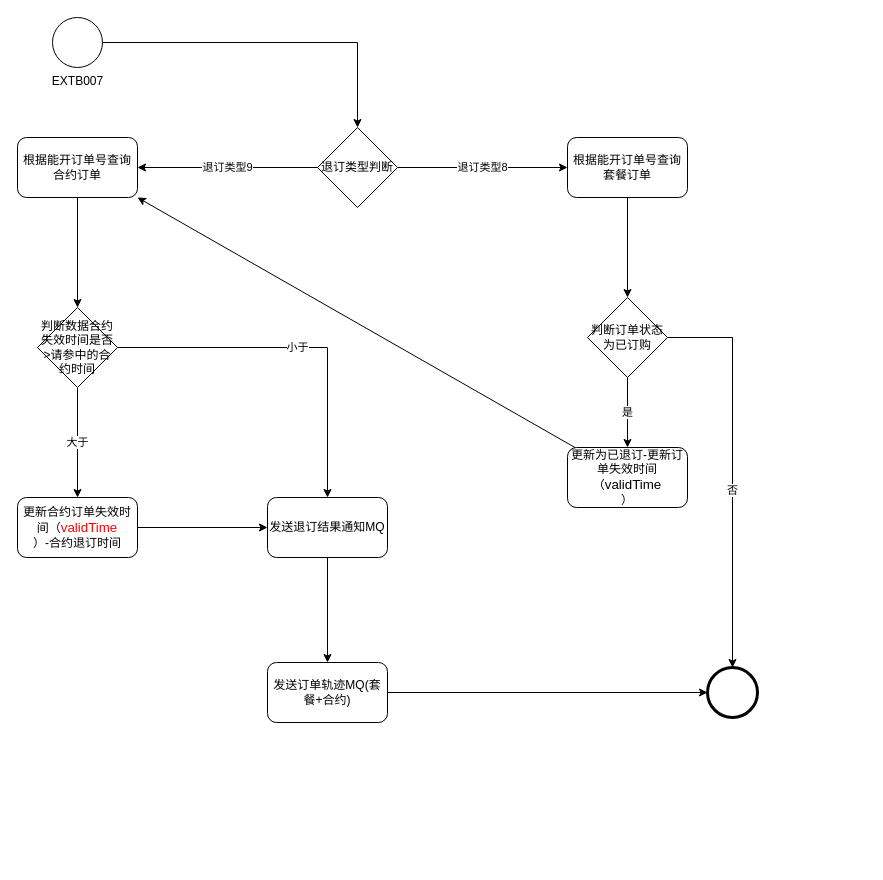
Before: Untitled  套餐+权益退订.drawio in moshan123/draw, a draw.io diagram. Source tidied: cells renumbered, new cells numbered last; positions are measured from the earlier drawing's top-left corner, leaving out a move shared by most shapes. Both pictures are drawn from the tidied source at 100%, with x=0, y=0 at pixel (17, 17).
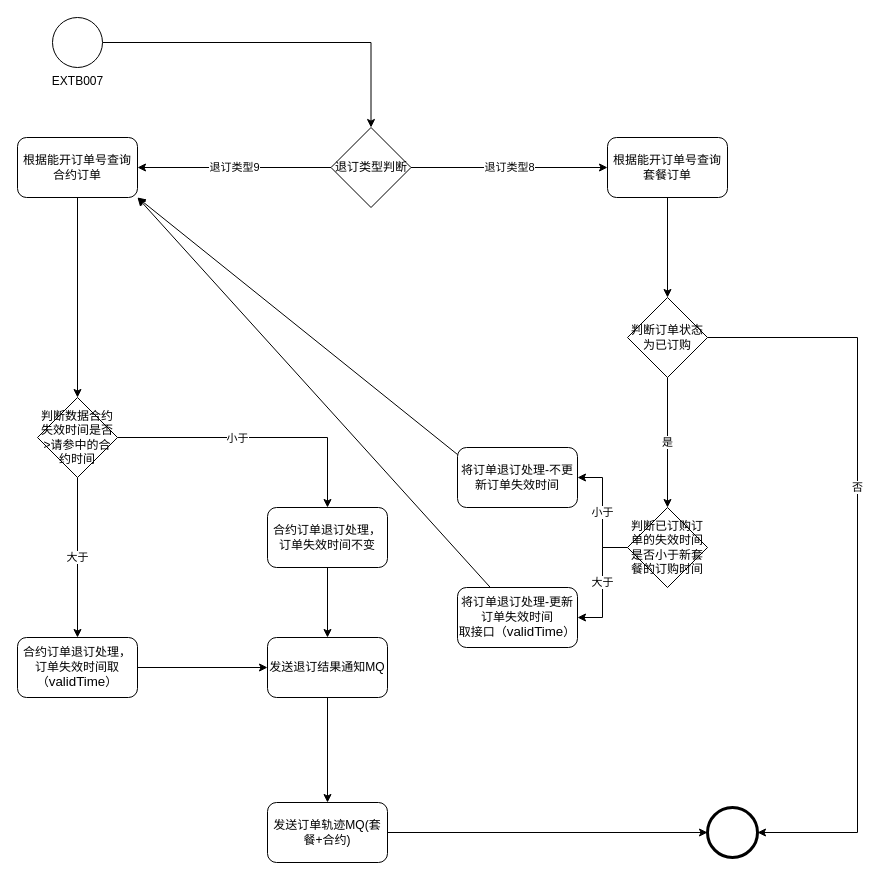
Above is the later version.

Commit message:
Update Untitled  套餐+权益退订.drawio

Unchanged cells that the change refers to:
```xml
<mxCell id="9" value="根据能开订单号查询合约订单" style="rounded=1;whiteSpace=wrap;html=1;" parent="1" vertex="1">
  <mxGeometry y="120" width="120" height="60" as="geometry" />
</mxCell>
```

Diff of the diagram source:
```diff
@@
     <mxCell id="4" style="shape=mxgraph.bpmn.shape;html=1;verticalLabelPosition=bottom;labelBackgroundColor=#ffffff;verticalAlign=top;align=center;perimeter=ellipsePerimeter;outlineConnect=0;outline=end;symbol=general;" parent="1" vertex="1">
-      <mxGeometry x="690" y="650" width="50" height="50" as="geometry" />
+      <mxGeometry x="690" y="790" width="50" height="50" as="geometry" />
     </mxCell>
@@
     <mxCell id="7" value="退订类型判断" style="rhombus;whiteSpace=wrap;html=1;" parent="1" vertex="1">
-      <mxGeometry x="300" y="110" width="80" height="80" as="geometry" />
+      <mxGeometry x="313.5" y="110" width="80" height="80" as="geometry" />
     </mxCell>
@@
     <mxCell id="11" value="根据能开订单号查询套餐订单" style="rounded=1;whiteSpace=wrap;html=1;" parent="1" vertex="1">
-      <mxGeometry x="550" y="120" width="120" height="60" as="geometry" />
+      <mxGeometry x="590" y="120" width="120" height="60" as="geometry" />
     </mxCell>
-    <mxCell id="12" value="是" style="edgeStyle=orthogonalEdgeStyle;rounded=0;jettySize=auto;html=1;" parent="1" edge="1" source="15" target="16">
+    <mxCell id="12" value="是" style="edgeStyle=orthogonalEdgeStyle;rounded=0;jettySize=auto;html=1;" parent="1" edge="1" source="15" target="31">
       <mxGeometry relative="1" as="geometry" />
     </mxCell>
     <mxCell id="13" style="edgeStyle=orthogonalEdgeStyle;rounded=0;jettySize=auto;html=1;" parent="1" edge="1" source="15" target="4">
-      <mxGeometry relative="1" as="geometry" />
+      <mxGeometry relative="1" as="geometry">
+        <Array as="points">
+          <mxPoint x="840" y="320" />
+          <mxPoint x="840" y="815" />
+        </Array>
+      </mxGeometry>
     </mxCell>
@@
     <mxCell id="15" value="判断订单状态为已订购" style="rhombus;whiteSpace=wrap;html=1;" parent="1" vertex="1">
-      <mxGeometry x="570" y="280" width="80" height="80" as="geometry" />
+      <mxGeometry x="610" y="280" width="80" height="80" as="geometry" />
     </mxCell>
-    <mxCell id="16" value="更新为已退订-更新订单失效时间（&lt;span lang=&quot;EN-US&quot; style=&quot;font-size: 10pt ; font-family: &amp;#34;calibri&amp;#34; , sans-serif&quot;&gt;validTime&lt;/span&gt;&lt;br&gt;）" style="rounded=1;whiteSpace=wrap;html=1;" parent="1" vertex="1">
-      <mxGeometry x="550" y="430" width="120" height="60" as="geometry" />
+    <mxCell id="16" value="将订单退订处理-更新订单失效时间&lt;br&gt;取接口（&lt;span lang=&quot;EN-US&quot; style=&quot;font-size: 10pt ; font-family: &amp;#34;calibri&amp;#34; , sans-serif&quot;&gt;validTime&lt;/span&gt;）" style="rounded=1;whiteSpace=wrap;html=1;" parent="1" vertex="1">
+      <mxGeometry x="440" y="570" width="120" height="60" as="geometry" />
     </mxCell>
@@
-    <mxCell id="19" value="小于" style="edgeStyle=orthogonalEdgeStyle;rounded=0;jettySize=auto;html=1;entryX=0.5;entryY=0;entryDx=0;entryDy=0;" parent="1" edge="1" source="20" target="24">
-      <mxGeometry relative="1" as="geometry" />
-    </mxCell>
+    <mxCell id="27" style="edgeStyle=orthogonalEdgeStyle;rounded=0;jettySize=auto;html=1;entryX=0.5;entryY=0;entryDx=0;entryDy=0;" parent="1" edge="1" source="20" target="35">
+      <mxGeometry relative="1" as="geometry" />
+    </mxCell>
+    <mxCell id="28" value="小于" style="edgeLabel;html=1;align=center;verticalAlign=middle;" parent="27" vertex="1">
+      <mxGeometry x="-0.15" y="-4" relative="1" as="geometry">
+        <mxPoint y="-4" as="offset" />
+      </mxGeometry>
+    </mxCell>
     <mxCell id="20" value="判断数据合约失效时间是否&amp;gt;请参中的合约时间" style="rhombus;whiteSpace=wrap;html=1;" parent="1" vertex="1">
-      <mxGeometry x="20" y="290" width="80" height="80" as="geometry" />
+      <mxGeometry x="20" y="380" width="80" height="80" as="geometry" />
     </mxCell>
@@
-    <mxCell id="22" value="更新合约订单失效时间（&lt;span lang=&quot;EN-US&quot; style=&quot;font-size: 10.0pt ; font-family: &amp;#34;calibri&amp;#34; , sans-serif ; color: red&quot;&gt;validTime&lt;/span&gt;&lt;br&gt;）-合约退订时间" style="rounded=1;whiteSpace=wrap;html=1;" parent="1" vertex="1">
-      <mxGeometry y="480" width="120" height="60" as="geometry" />
+    <mxCell id="22" value="合约订单退订处理，订单失效时间取（&lt;span lang=&quot;EN-US&quot; style=&quot;font-size: 10pt ; font-family: &amp;#34;calibri&amp;#34; , sans-serif&quot;&gt;validTime&lt;/span&gt;）" style="rounded=1;whiteSpace=wrap;html=1;" parent="1" vertex="1">
+      <mxGeometry y="620" width="120" height="60" as="geometry" />
     </mxCell>
@@
     <mxCell id="24" value="发送退订结果通知MQ" style="rounded=1;whiteSpace=wrap;html=1;" parent="1" vertex="1">
-      <mxGeometry x="250" y="480" width="120" height="60" as="geometry" />
+      <mxGeometry x="250" y="620" width="120" height="60" as="geometry" />
     </mxCell>
@@
     <mxCell id="26" value="发送订单轨迹MQ(套餐+合约)" style="rounded=1;whiteSpace=wrap;html=1;" parent="1" vertex="1">
-      <mxGeometry x="250" y="645" width="120" height="60" as="geometry" />
+      <mxGeometry x="250" y="785" width="120" height="60" as="geometry" />
     </mxCell>
+    <mxCell id="29" value="大于" style="edgeStyle=orthogonalEdgeStyle;rounded=0;jettySize=auto;html=1;" parent="1" edge="1" source="31" target="16">
+      <mxGeometry relative="1" as="geometry" />
+    </mxCell>
+    <mxCell id="30" value="小于" style="edgeStyle=orthogonalEdgeStyle;rounded=0;jettySize=auto;html=1;" parent="1" edge="1" source="31" target="32">
+      <mxGeometry relative="1" as="geometry" />
+    </mxCell>
+    <mxCell id="31" value="判断已订购订单的失效时间是否小于新套餐的订购时间" style="rhombus;whiteSpace=wrap;html=1;" parent="1" vertex="1">
+      <mxGeometry x="610" y="490" width="80" height="80" as="geometry" />
+    </mxCell>
+    <mxCell id="32" value="将订单退订处理-不更新订单失效时间" style="rounded=1;whiteSpace=wrap;html=1;" parent="1" vertex="1">
+      <mxGeometry x="440" y="430" width="120" height="60" as="geometry" />
+    </mxCell>
+    <mxCell id="33" style="endArrow=classic;html=1;exitX=0;exitY=0.117;exitDx=0;exitDy=0;exitPerimeter=0;entryX=1;entryY=1;entryDx=0;entryDy=0;" parent="1" edge="1" source="32" target="9">
+      <mxGeometry relative="1" as="geometry" />
+    </mxCell>
+    <mxCell id="34" style="edgeStyle=orthogonalEdgeStyle;rounded=0;jettySize=auto;html=1;" parent="1" edge="1" source="35" target="24">
+      <mxGeometry relative="1" as="geometry" />
+    </mxCell>
+    <mxCell id="35" value="&lt;span&gt;合约订单退订处理，订单失效时间不变&lt;/span&gt;" style="rounded=1;whiteSpace=wrap;html=1;" parent="1" vertex="1">
+      <mxGeometry x="250" y="490" width="120" height="60" as="geometry" />
+    </mxCell>
```
